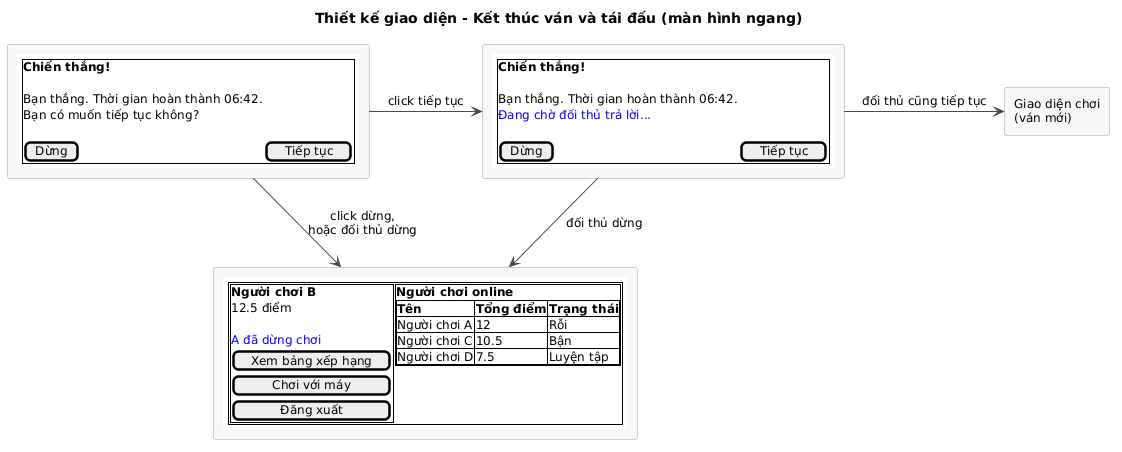
Earlier version of the PlantUML export docs/uml/pha3/ui-m4-3.png (VattenL/mobile-pikachu).
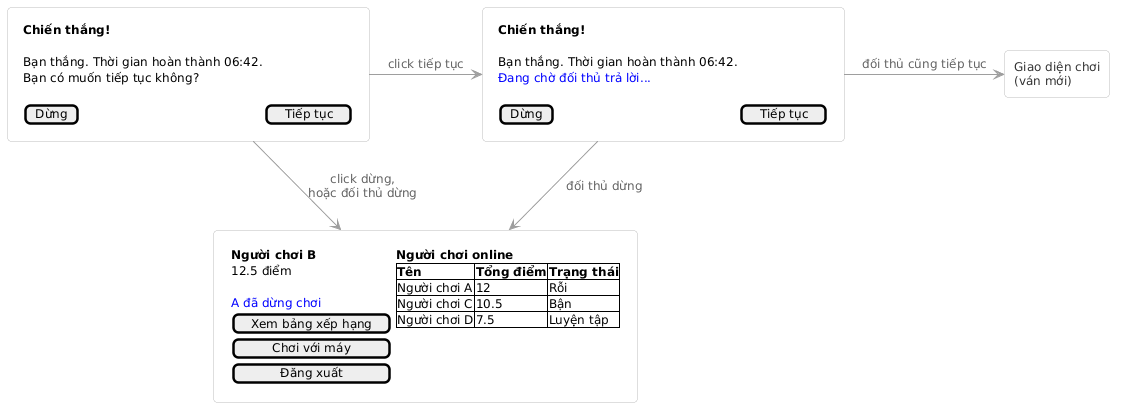
After the commit.

Change to the diagram source:
```diff
@@ -1,17 +1,18 @@
 @startuml
-title Thiết kế giao diện - Kết thúc ván và tái đấu (màn hình ngang)
-
 skinparam shadowing false
 skinparam defaultFontSize 12
-skinparam ArrowColor #4A4A4A
+skinparam defaultFontColor #333333
+skinparam ArrowColor #9E9E9E
+skinparam ArrowFontColor #616161
 skinparam rectangle {
-  BackgroundColor #F7F7F7
-  BorderColor #9E9E9E
+  BackgroundColor #FFFFFF
+  BorderColor #BDBDBD
+  RoundCorner 8
 }
 
 rectangle Result [
 {{salt
-{+
+{
   <b>Chiến thắng!
   .
   Bạn thắng. Thời gian hoàn thành 06:42.
@@ -24,7 +25,7 @@
 
 rectangle Wait [
 {{salt
-{+
+{
   <b>Chiến thắng!
   .
   Bạn thắng. Thời gian hoàn thành 06:42.
@@ -37,8 +38,8 @@
 
 rectangle Main [
 {{salt
-{+
-  { {+
+{
+  { {
       <b>Người chơi B
       12.5 điểm
       .
@@ -46,7 +47,7 @@
       [ Xem bảng xếp hạng ]
       [   Chơi với máy    ]
       [     Đăng xuất     ]
-    } | {+
+    } | {
       <b>Người chơi online
       {#
         <b>Tên | <b>Tổng điểm | <b>Trạng thái
```
